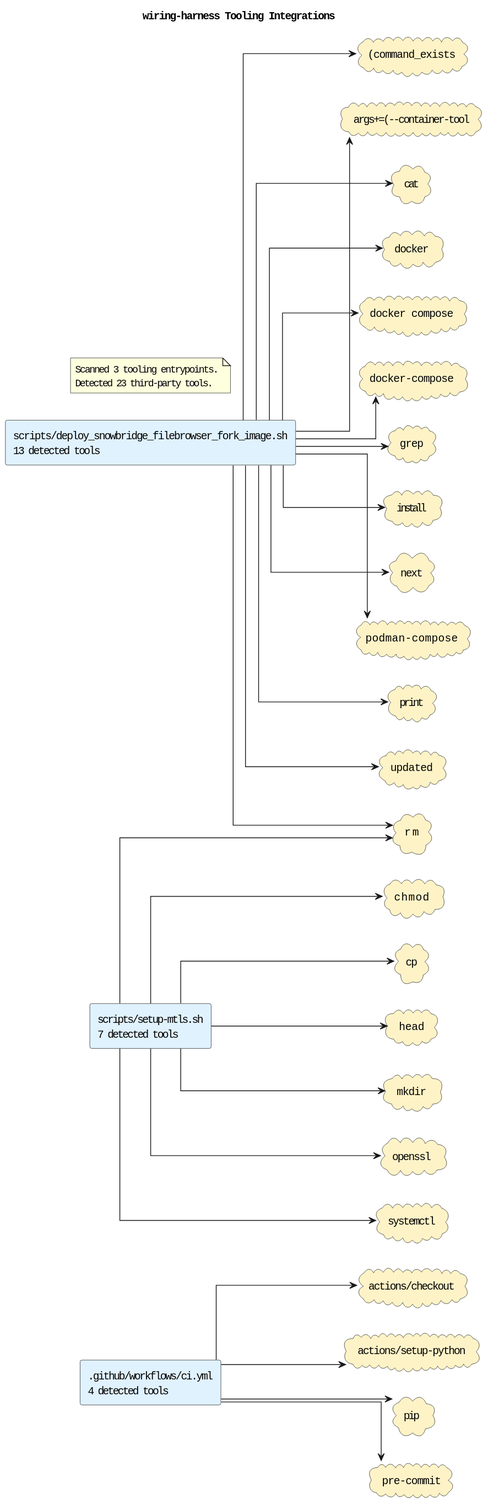
Earlier version of the PlantUML export docs/diagrams/tooling-integrations.puml.svg (casonk/wiring-harness). The source it was exported from:
```plantuml
@startuml
title wiring-harness Tooling Integrations
left to right direction
skinparam shadowing false
skinparam defaultFontName Monospace
skinparam componentStyle rectangle
skinparam linetype ortho
rectangle ".github/workflows/ci.yml\n4 detected tools" as source_github_workflows_ci_yml #E0F2FE
rectangle "scripts/deploy_snowbridge_filebrowser_fork_image.sh\n13 detected tools" as source_scripts_deploy_snowbridge_filebrowser_fork_image_sh #E0F2FE
rectangle "scripts/setup-mtls.sh\n7 detected tools" as source_scripts_setup_mtls_sh #E0F2FE
cloud "(command_exists" as tool_command_exists #FEF3C7
cloud "actions/checkout" as tool_actions_checkout #FEF3C7
cloud "actions/setup-python" as tool_actions_setup_python #FEF3C7
cloud "args+=(--container-tool" as tool_args_container_tool #FEF3C7
cloud "cat" as tool_cat #FEF3C7
cloud "chmod" as tool_chmod #FEF3C7
cloud "cp" as tool_cp #FEF3C7
cloud "docker" as tool_docker #FEF3C7
cloud "docker compose" as tool_docker_compose #FEF3C7
cloud "docker-compose" as tool_docker_compose_2 #FEF3C7
cloud "grep" as tool_grep #FEF3C7
cloud "head" as tool_head #FEF3C7
cloud "install" as tool_install #FEF3C7
cloud "mkdir" as tool_mkdir #FEF3C7
cloud "next" as tool_next #FEF3C7
cloud "openssl" as tool_openssl #FEF3C7
cloud "pip" as tool_pip #FEF3C7
cloud "podman-compose" as tool_podman_compose #FEF3C7
cloud "pre-commit" as tool_pre_commit #FEF3C7
cloud "print" as tool_print #FEF3C7
cloud "rm" as tool_rm #FEF3C7
cloud "systemctl" as tool_systemctl #FEF3C7
cloud "updated" as tool_updated #FEF3C7
source_github_workflows_ci_yml --> tool_actions_checkout
source_github_workflows_ci_yml --> tool_actions_setup_python
source_github_workflows_ci_yml --> tool_pip
source_github_workflows_ci_yml --> tool_pre_commit
source_scripts_deploy_snowbridge_filebrowser_fork_image_sh --> tool_command_exists
source_scripts_deploy_snowbridge_filebrowser_fork_image_sh --> tool_args_container_tool
source_scripts_deploy_snowbridge_filebrowser_fork_image_sh --> tool_cat
source_scripts_deploy_snowbridge_filebrowser_fork_image_sh --> tool_docker
source_scripts_deploy_snowbridge_filebrowser_fork_image_sh --> tool_docker_compose
source_scripts_deploy_snowbridge_filebrowser_fork_image_sh --> tool_docker_compose_2
source_scripts_deploy_snowbridge_filebrowser_fork_image_sh --> tool_grep
source_scripts_deploy_snowbridge_filebrowser_fork_image_sh --> tool_install
source_scripts_deploy_snowbridge_filebrowser_fork_image_sh --> tool_next
source_scripts_deploy_snowbridge_filebrowser_fork_image_sh --> tool_podman_compose
source_scripts_deploy_snowbridge_filebrowser_fork_image_sh --> tool_print
source_scripts_deploy_snowbridge_filebrowser_fork_image_sh --> tool_rm
source_scripts_deploy_snowbridge_filebrowser_fork_image_sh --> tool_updated
source_scripts_setup_mtls_sh --> tool_chmod
source_scripts_setup_mtls_sh --> tool_cp
source_scripts_setup_mtls_sh --> tool_head
source_scripts_setup_mtls_sh --> tool_mkdir
source_scripts_setup_mtls_sh --> tool_openssl
source_scripts_setup_mtls_sh --> tool_rm
source_scripts_setup_mtls_sh --> tool_systemctl
note as toolingGraphSummary
Scanned 3 tooling entrypoints.
Detected 23 third-party tools.
end note
@enduml
```
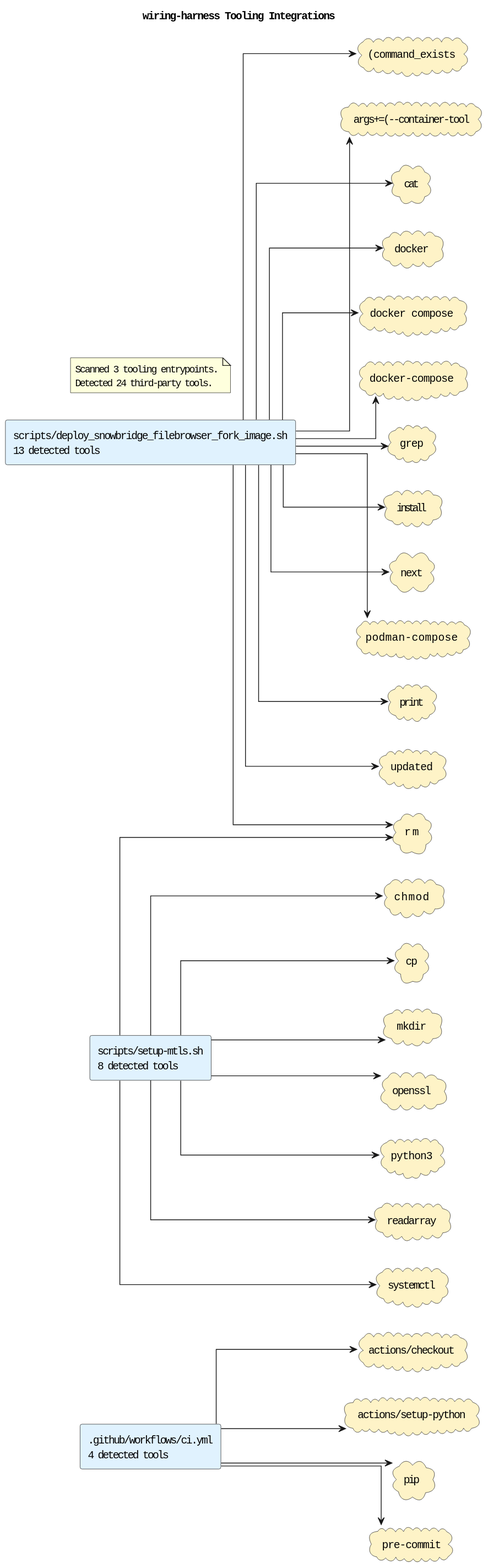
The same file after the commit.

The edit, as a diff of the source:
```diff
@@ -7,7 +7,7 @@
 skinparam linetype ortho
 rectangle ".github/workflows/ci.yml\n4 detected tools" as source_github_workflows_ci_yml #E0F2FE
 rectangle "scripts/deploy_snowbridge_filebrowser_fork_image.sh\n13 detected tools" as source_scripts_deploy_snowbridge_filebrowser_fork_image_sh #E0F2FE
-rectangle "scripts/setup-mtls.sh\n7 detected tools" as source_scripts_setup_mtls_sh #E0F2FE
+rectangle "scripts/setup-mtls.sh\n8 detected tools" as source_scripts_setup_mtls_sh #E0F2FE
 cloud "(command_exists" as tool_command_exists #FEF3C7
 cloud "actions/checkout" as tool_actions_checkout #FEF3C7
 cloud "actions/setup-python" as tool_actions_setup_python #FEF3C7
@@ -19,7 +19,6 @@
 cloud "docker compose" as tool_docker_compose #FEF3C7
 cloud "docker-compose" as tool_docker_compose_2 #FEF3C7
 cloud "grep" as tool_grep #FEF3C7
-cloud "head" as tool_head #FEF3C7
 cloud "install" as tool_install #FEF3C7
 cloud "mkdir" as tool_mkdir #FEF3C7
 cloud "next" as tool_next #FEF3C7
@@ -28,6 +27,8 @@
 cloud "podman-compose" as tool_podman_compose #FEF3C7
 cloud "pre-commit" as tool_pre_commit #FEF3C7
 cloud "print" as tool_print #FEF3C7
+cloud "python3" as tool_python3 #FEF3C7
+cloud "readarray" as tool_readarray #FEF3C7
 cloud "rm" as tool_rm #FEF3C7
 cloud "systemctl" as tool_systemctl #FEF3C7
 cloud "updated" as tool_updated #FEF3C7
@@ -50,13 +51,14 @@
 source_scripts_deploy_snowbridge_filebrowser_fork_image_sh --> tool_updated
 source_scripts_setup_mtls_sh --> tool_chmod
 source_scripts_setup_mtls_sh --> tool_cp
-source_scripts_setup_mtls_sh --> tool_head
 source_scripts_setup_mtls_sh --> tool_mkdir
 source_scripts_setup_mtls_sh --> tool_openssl
+source_scripts_setup_mtls_sh --> tool_python3
+source_scripts_setup_mtls_sh --> tool_readarray
 source_scripts_setup_mtls_sh --> tool_rm
 source_scripts_setup_mtls_sh --> tool_systemctl
 note as toolingGraphSummary
 Scanned 3 tooling entrypoints.
-Detected 23 third-party tools.
+Detected 24 third-party tools.
 end note
 @enduml
```
